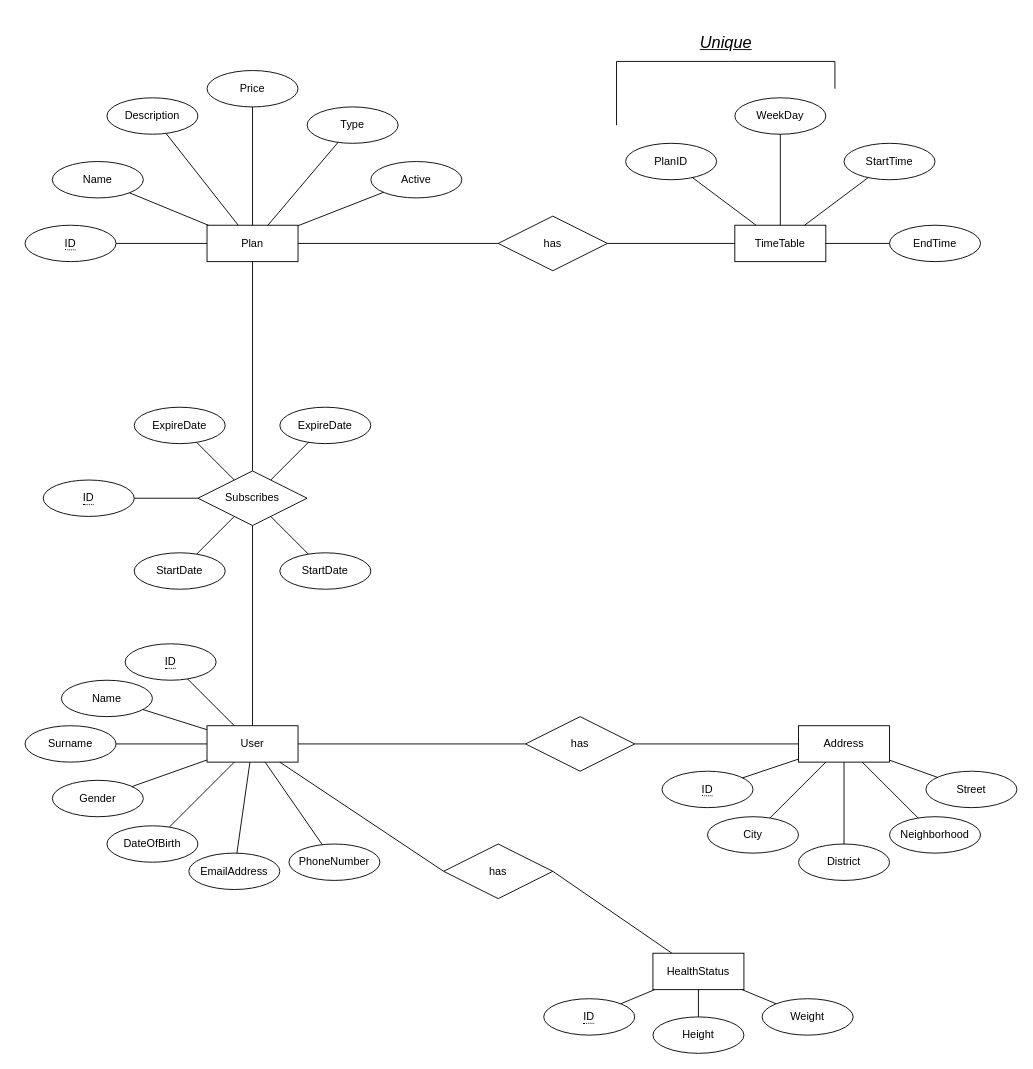
This is ER_Diagram.drawio from batuhannoz/sports-club-management, a draw.io file, before an edit. Source tidied: cells renumbered, new cells numbered last; positions are measured from the earlier drawing's top-left corner, leaving out a move shared by most shapes. Both pictures are drawn from the tidied source at 91%, with x=0, y=0 at pixel (25, 15).
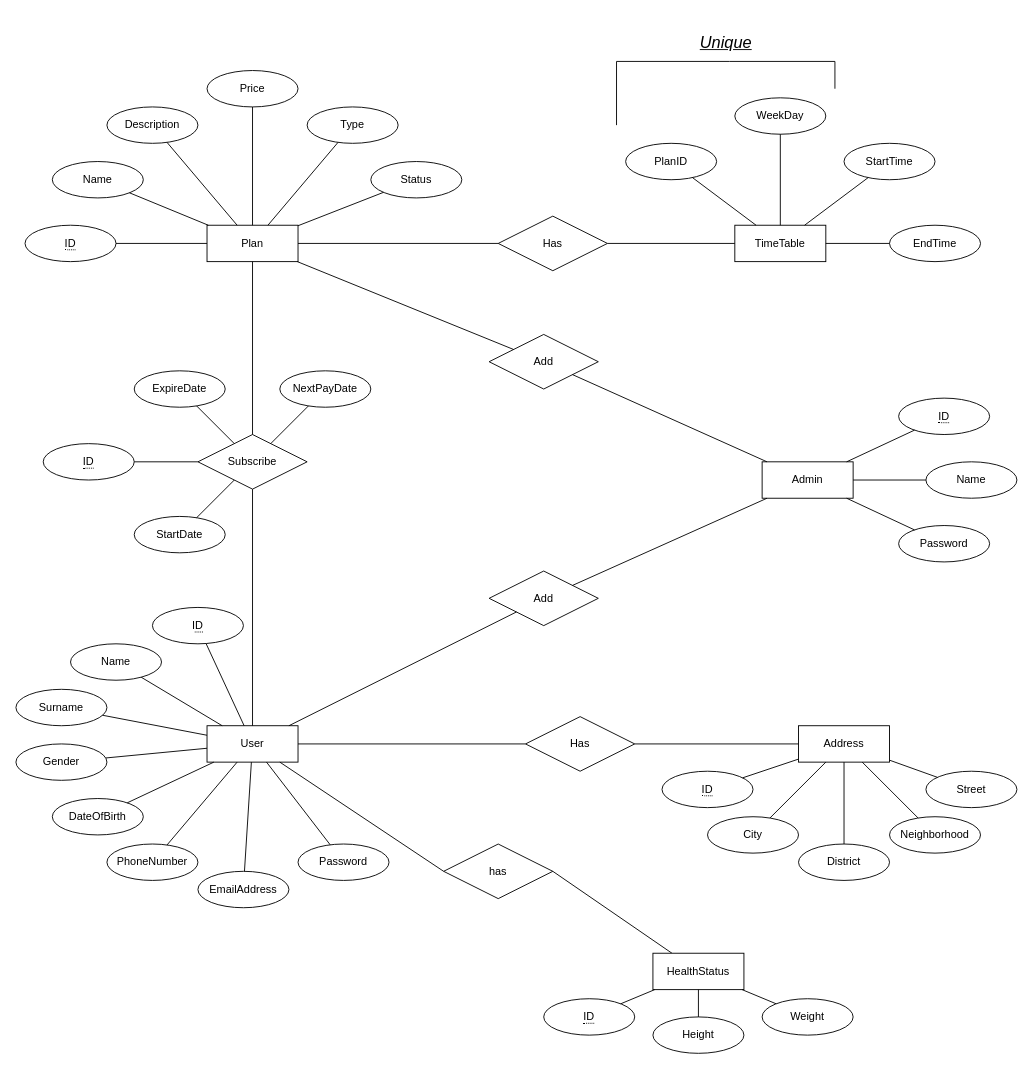
The same diagram, later.

Commit message:
Add admin entity

Unchanged cells that the change refers to:
```xml
<mxCell id="2" value="User" style="whiteSpace=wrap;html=1;align=center;" parent="1" vertex="1">
  <mxGeometry x="200" y="780" width="100" height="40" as="geometry" />
</mxCell>
<mxCell id="33" value="Plan" style="whiteSpace=wrap;html=1;align=center;" parent="1" vertex="1">
  <mxGeometry x="200" y="230" width="100" height="40" as="geometry" />
</mxCell>
```

The edit, as a diff of the source:
```diff
@@
     <mxCell id="4" value="&lt;span style=&quot;border-bottom: 1px dotted&quot;&gt;ID&lt;/span&gt;" style="ellipse;whiteSpace=wrap;html=1;align=center;" parent="1" vertex="1">
-      <mxGeometry x="110" y="690" width="100" height="40" as="geometry" />
+      <mxGeometry x="140" y="650" width="100" height="40" as="geometry" />
     </mxCell>
     <mxCell id="5" value="Surname" style="ellipse;whiteSpace=wrap;html=1;align=center;" parent="1" vertex="1">
-      <mxGeometry y="780" width="100" height="40" as="geometry" />
+      <mxGeometry x="-10" y="740" width="100" height="40" as="geometry" />
     </mxCell>
@@
     <mxCell id="7" value="DateOfBirth" style="ellipse;whiteSpace=wrap;html=1;align=center;" parent="1" vertex="1">
-      <mxGeometry x="90" y="890" width="100" height="40" as="geometry" />
+      <mxGeometry x="30" y="860" width="100" height="40" as="geometry" />
     </mxCell>
@@
     <mxCell id="9" value="EmailAddress" style="ellipse;whiteSpace=wrap;html=1;align=center;" parent="1" vertex="1">
-      <mxGeometry x="180" y="920" width="100" height="40" as="geometry" />
+      <mxGeometry x="190" y="940" width="100" height="40" as="geometry" />
     </mxCell>
@@
     <mxCell id="11" value="PhoneNumber" style="ellipse;whiteSpace=wrap;html=1;align=center;" parent="1" vertex="1">
-      <mxGeometry x="290" y="910" width="100" height="40" as="geometry" />
+      <mxGeometry x="90" y="910" width="100" height="40" as="geometry" />
     </mxCell>
@@
     <mxCell id="13" value="Name" style="ellipse;whiteSpace=wrap;html=1;align=center;" parent="1" vertex="1">
-      <mxGeometry x="40" y="730" width="100" height="40" as="geometry" />
+      <mxGeometry x="50" y="690" width="100" height="40" as="geometry" />
     </mxCell>
@@
     <mxCell id="15" value="Gender" style="ellipse;whiteSpace=wrap;html=1;align=center;" parent="1" vertex="1">
-      <mxGeometry x="30" y="840" width="100" height="40" as="geometry" />
+      <mxGeometry x="-10" y="800" width="100" height="40" as="geometry" />
     </mxCell>
@@
-    <mxCell id="18" value="has" style="shape=rhombus;perimeter=rhombusPerimeter;whiteSpace=wrap;html=1;align=center;" parent="1" vertex="1">
+    <mxCell id="18" value="Has" style="shape=rhombus;perimeter=rhombusPerimeter;whiteSpace=wrap;html=1;align=center;" parent="1" vertex="1">
       <mxGeometry x="550" y="770" width="120" height="60" as="geometry" />
     </mxCell>
@@
-    <mxCell id="31" value="Subscribes" style="shape=rhombus;perimeter=rhombusPerimeter;whiteSpace=wrap;html=1;align=center;" parent="1" vertex="1">
-      <mxGeometry x="190" y="500" width="120" height="60" as="geometry" />
+    <mxCell id="31" value="Subscribe" style="shape=rhombus;perimeter=rhombusPerimeter;whiteSpace=wrap;html=1;align=center;" parent="1" vertex="1">
+      <mxGeometry x="190" y="460" width="120" height="60" as="geometry" />
     </mxCell>
@@
     <mxCell id="39" value="Description" style="ellipse;whiteSpace=wrap;html=1;align=center;" parent="1" vertex="1">
-      <mxGeometry x="90" y="90" width="100" height="40" as="geometry" />
+      <mxGeometry x="90" y="100" width="100" height="40" as="geometry" />
     </mxCell>
@@
     <mxCell id="45" value="&lt;span style=&quot;border-bottom: 1px dotted&quot;&gt;ID&lt;/span&gt;" style="ellipse;whiteSpace=wrap;html=1;align=center;" parent="1" vertex="1">
-      <mxGeometry x="20" y="510" width="100" height="40" as="geometry" />
+      <mxGeometry x="20" y="470" width="100" height="40" as="geometry" />
     </mxCell>
@@
     <mxCell id="47" value="StartDate" style="ellipse;whiteSpace=wrap;html=1;align=center;" parent="1" vertex="1">
-      <mxGeometry x="120" y="590" width="100" height="40" as="geometry" />
+      <mxGeometry x="120" y="550" width="100" height="40" as="geometry" />
     </mxCell>
@@
     <mxCell id="49" value="ExpireDate" style="ellipse;whiteSpace=wrap;html=1;align=center;" parent="1" vertex="1">
-      <mxGeometry x="120" y="430" width="100" height="40" as="geometry" />
+      <mxGeometry x="120" y="390" width="100" height="40" as="geometry" />
     </mxCell>
@@
-    <mxCell id="51" value="Active" style="ellipse;whiteSpace=wrap;html=1;align=center;" parent="1" vertex="1">
+    <mxCell id="51" value="Status" style="ellipse;whiteSpace=wrap;html=1;align=center;" parent="1" vertex="1">
       <mxGeometry x="380" y="160" width="100" height="40" as="geometry" />
     </mxCell>
@@
-    <mxCell id="53" value="ExpireDate" style="ellipse;whiteSpace=wrap;html=1;align=center;" parent="1" vertex="1">
-      <mxGeometry x="280" y="430" width="100" height="40" as="geometry" />
+    <mxCell id="53" value="NextPayDate" style="ellipse;whiteSpace=wrap;html=1;align=center;" parent="1" vertex="1">
+      <mxGeometry x="280" y="390" width="100" height="40" as="geometry" />
     </mxCell>
-    <mxCell id="54" value="StartDate" style="ellipse;whiteSpace=wrap;html=1;align=center;" parent="1" vertex="1">
-      <mxGeometry x="280" y="590" width="100" height="40" as="geometry" />
-    </mxCell>
-    <mxCell id="55" style="endArrow=none;html=1;rounded=0;" parent="1" edge="1" source="54" target="31">
-      <mxGeometry relative="1" as="geometry" />
-    </mxCell>
@@
-    <mxCell id="62" value="has" style="shape=rhombus;perimeter=rhombusPerimeter;whiteSpace=wrap;html=1;align=center;" parent="1" vertex="1">
+    <mxCell id="62" value="Has" style="shape=rhombus;perimeter=rhombusPerimeter;whiteSpace=wrap;html=1;align=center;" parent="1" vertex="1">
       <mxGeometry x="520" y="220" width="120" height="60" as="geometry" />
     </mxCell>
@@
+    <mxCell id="83" value="Admin" style="whiteSpace=wrap;html=1;align=center;" parent="1" vertex="1">
+      <mxGeometry x="810" y="490" width="100" height="40" as="geometry" />
+    </mxCell>
+    <mxCell id="84" value="Password" style="ellipse;whiteSpace=wrap;html=1;align=center;" parent="1" vertex="1">
+      <mxGeometry x="300" y="910" width="100" height="40" as="geometry" />
+    </mxCell>
+    <mxCell id="85" style="endArrow=none;html=1;rounded=0;" parent="1" edge="1" source="84" target="2">
+      <mxGeometry relative="1" as="geometry" />
+    </mxCell>
+    <mxCell id="86" value="Add" style="shape=rhombus;perimeter=rhombusPerimeter;whiteSpace=wrap;html=1;align=center;" parent="1" vertex="1">
+      <mxGeometry x="510" y="350" width="120" height="60" as="geometry" />
+    </mxCell>
+    <mxCell id="87" value="Add" style="shape=rhombus;perimeter=rhombusPerimeter;whiteSpace=wrap;html=1;align=center;" parent="1" vertex="1">
+      <mxGeometry x="510" y="610" width="120" height="60" as="geometry" />
+    </mxCell>
+    <mxCell id="88" style="endArrow=none;html=1;rounded=0;" parent="1" edge="1" source="2" target="87">
+      <mxGeometry relative="1" as="geometry" />
+    </mxCell>
+    <mxCell id="89" style="endArrow=none;html=1;rounded=0;" parent="1" edge="1" source="83" target="87">
+      <mxGeometry relative="1" as="geometry" />
+    </mxCell>
+    <mxCell id="90" style="endArrow=none;html=1;rounded=0;" parent="1" edge="1" source="83" target="86">
+      <mxGeometry relative="1" as="geometry" />
+    </mxCell>
+    <mxCell id="91" style="endArrow=none;html=1;rounded=0;" parent="1" edge="1" source="33" target="86">
+      <mxGeometry relative="1" as="geometry" />
+    </mxCell>
+    <mxCell id="92" value="&lt;span style=&quot;border-bottom: 1px dotted&quot;&gt;ID&lt;/span&gt;" style="ellipse;whiteSpace=wrap;html=1;align=center;" parent="1" vertex="1">
+      <mxGeometry x="960" y="420" width="100" height="40" as="geometry" />
+    </mxCell>
+    <mxCell id="93" style="endArrow=none;html=1;rounded=0;" parent="1" edge="1" source="83" target="92">
+      <mxGeometry relative="1" as="geometry" />
+    </mxCell>
+    <mxCell id="94" value="Name" style="ellipse;whiteSpace=wrap;html=1;align=center;" parent="1" vertex="1">
+      <mxGeometry x="990" y="490" width="100" height="40" as="geometry" />
+    </mxCell>
+    <mxCell id="95" style="endArrow=none;html=1;rounded=0;" parent="1" edge="1" source="83" target="94">
+      <mxGeometry relative="1" as="geometry" />
+    </mxCell>
+    <mxCell id="96" value="Password" style="ellipse;whiteSpace=wrap;html=1;align=center;" parent="1" vertex="1">
+      <mxGeometry x="960" y="560" width="100" height="40" as="geometry" />
+    </mxCell>
+    <mxCell id="97" style="endArrow=none;html=1;rounded=0;" parent="1" edge="1" source="83" target="96">
+      <mxGeometry relative="1" as="geometry" />
+    </mxCell>
```
